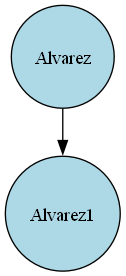
Above: Grupo_campos.png in Gerardo-Mantanico/Sistema-de-gestion-de-contactos (Graphviz), before the change. Its source is kept beside it as Grupo_campos.dot. The source it was exported from:
```dot
digraph G {
    node [shape=circle, style=filled, fillcolor=lightblue, fontcolor=black]; // Configuración de nodos

    53 [label="Alvarez"];
    53 -> 45;
    45 [label="Alvarez1"];
}
```
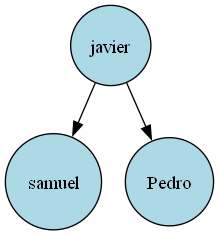
Later version of the same file.

Change to the diagram source:
```diff
@@ -1,7 +1,9 @@
 digraph G {
     node [shape=circle, style=filled, fillcolor=lightblue, fontcolor=black]; // Configuración de nodos
 
-    53 [label="Alvarez"];
-    53 -> 45;
-    45 [label="Alvarez1"];
+    63 [label="javier"];
+    63 -> 57;
+    57 [label="samuel"];
+    63 -> 93;
+    93 [label="Pedro"];
 }
```
